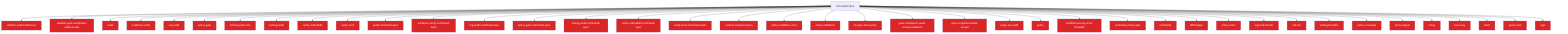
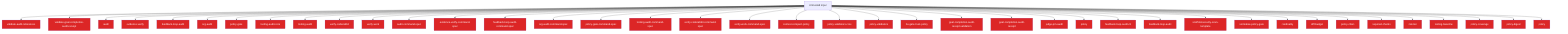
flowchart TD
  Untrusted["Untrusted input"]
  validate_audit_references_811f872a["validate-audit-references"]
  Untrusted --> validate_audit_references_811f872a
  validate_goal_completion_audit_receipt_100d252c["validate-goal-completion-audit-receipt"]
  Untrusted --> validate_goal_completion_audit_receipt_100d252c
  audit_b81f37a0["audit"]
  Untrusted --> audit_b81f37a0
  evidence_verify_3b73c290["evidence-verify"]
  Untrusted --> evidence_verify_3b73c290
+   feedback_loop_audit_0ac0ec9d["feedback-loop-audit"]
+   Untrusted --> feedback_loop_audit_0ac0ec9d
  org_audit_d739e44b["org-audit"]
  Untrusted --> org_audit_d739e44b
  policy_gate_213f7313["policy-gate"]
  Untrusted --> policy_gate_213f7313
  tooling_audit_core_328d6a41["tooling-audit-core"]
  Untrusted --> tooling_audit_core_328d6a41
  tooling_audit_8a8239ff["tooling-audit"]
  Untrusted --> tooling_audit_8a8239ff
  verify_coderabbit_490b4e71["verify-coderabbit"]
  Untrusted --> verify_coderabbit_490b4e71
  verify_work_df70ecac["verify-work"]
  Untrusted --> verify_work_df70ecac
  audit_command_spec_5acf0149["audit-command-spec"]
  Untrusted --> audit_command_spec_5acf0149
  evidence_verify_command_spec_e1cbfea2["evidence-verify-command-spec"]
  Untrusted --> evidence_verify_command_spec_e1cbfea2
+   feedback_loop_audit_command_spec_27e599c4["feedback-loop-audit-command-spec"]
+   Untrusted --> feedback_loop_audit_command_spec_27e599c4
  org_audit_command_spec_1a570341["org-audit-command-spec"]
  Untrusted --> org_audit_command_spec_1a570341
  policy_gate_command_spec_71e8726a["policy-gate-command-spec"]
  Untrusted --> policy_gate_command_spec_71e8726a
  tooling_audit_command_spec_e0e57863["tooling-audit-command-spec"]
  Untrusted --> tooling_audit_command_spec_e0e57863
  verify_coderabbit_command_spec_68cc9ec5["verify-coderabbit-command-spec"]
  Untrusted --> verify_coderabbit_command_spec_68cc9ec5
  verify_work_command_spec_d6c94ac8["verify-work-command-spec"]
  Untrusted --> verify_work_command_spec_d6c94ac8
  context_compact_policy_3dcaf95d["context-compact-policy"]
  Untrusted --> context_compact_policy_3dcaf95d
  policy_validators_core_714a3fe7["policy-validators-core"]
  Untrusted --> policy_validators_core_714a3fe7
  policy_validators_6682e192["policy-validators"]
  Untrusted --> policy_validators_6682e192
  he_gate_trust_policy_b1126dfd["he-gate-trust-policy"]
  Untrusted --> he_gate_trust_policy_b1126dfd
  goal_completion_audit_receipt_validation_9d0f4891["goal-completion-audit-receipt-validation"]
  Untrusted --> goal_completion_audit_receipt_validation_9d0f4891
  goal_completion_audit_receipt_5e4939c3["goal-completion-audit-receipt"]
  Untrusted --> goal_completion_audit_receipt_5e4939c3
  judge_pm_audit_ccd20b35["judge-pm-audit"]
  Untrusted --> judge_pm_audit_ccd20b35
  policy_823412d1["policy"]
  Untrusted --> policy_823412d1
+   feedback_loop_audit_cli_fd8f38dc["feedback-loop-audit-cli"]
+   Untrusted --> feedback_loop_audit_cli_fd8f38dc
+   feedback_loop_audit_1_c7be4304["feedback-loop-audit"]
+   Untrusted --> feedback_loop_audit_1_c7be4304
  scaffold_security_scan_template_55bc7465["scaffold-security-scan-template"]
  Untrusted --> scaffold_security_scan_template_55bc7465
  normalise_policy_gate_90229693["normalise-policy-gate"]
  Untrusted --> normalise_policy_gate_90229693
  cardinality_ebef8aff["cardinality"]
  Untrusted --> cardinality_ebef8aff
  diff_budget_1_9f85eb1c["diff-budget"]
  Untrusted --> diff_budget_1_9f85eb1c
  policy_chain_0c92e343["policy-chain"]
  Untrusted --> policy_chain_0c92e343
  required_checks_46396214["required-checks"]
  Untrusted --> required_checks_46396214
  risk_tier_1_96b6ff91["risk-tier"]
  Untrusted --> risk_tier_1_96b6ff91
  tooling_baseline_50ab2eeb["tooling-baseline"]
  Untrusted --> tooling_baseline_50ab2eeb
  policy_coverage_dab8febe["policy-coverage"]
  Untrusted --> policy_coverage_dab8febe
  policy_digest_ca7acf0a["policy-digest"]
  Untrusted --> policy_digest_ca7acf0a
  policy_1_fc4198db["policy"]
  Untrusted --> policy_1_fc4198db
-   issue_key_305bf3db["issue-key"]
-   Untrusted --> issue_key_305bf3db
-   hash_d04b98f4["hash"]
-   Untrusted --> hash_d04b98f4
-   verify_work_1_cd8e7ec3["verify-work"]
-   Untrusted --> verify_work_1_cd8e7ec3
-   args_1_15220d9b["args"]
-   Untrusted --> args_1_15220d9b
  classDef securityNode fill:#dc2626,color:#fff
-   class validate_audit_references_811f872a,validate_goal_completion_audit_receipt_100d252c,audit_b81f37a0,evidence_verify_3b73c290,org_audit_d739e44b,policy_gate_213f7313,tooling_audit_core_328d6a41,tooling_audit_8a8239ff,verify_coderabbit_490b4e71,verify_work_df70ecac,audit_command_spec_5acf0149,evidence_verify_command_spec_e1cbfea2,org_audit_command_spec_1a570341,policy_gate_command_spec_71e8726a,tooling_audit_command_spec_e0e57863,verify_coderabbit_command_spec_68cc9ec5,verify_work_command_spec_d6c94ac8,context_compact_policy_3dcaf95d,policy_validators_core_714a3fe7,policy_validators_6682e192,he_gate_trust_policy_b1126dfd,goal_completion_audit_receipt_validation_9d0f4891,goal_completion_audit_receipt_5e4939c3,judge_pm_audit_ccd20b35,policy_823412d1,scaffold_security_scan_template_55bc7465,normalise_policy_gate_90229693,cardinality_ebef8aff,diff_budget_1_9f85eb1c,policy_chain_0c92e343,required_checks_46396214,risk_tier_1_96b6ff91,tooling_baseline_50ab2eeb,policy_coverage_dab8febe,policy_digest_ca7acf0a,policy_1_fc4198db,issue_key_305bf3db,hash_d04b98f4,verify_work_1_cd8e7ec3,args_1_15220d9b securityNode
+   class validate_audit_references_811f872a,validate_goal_completion_audit_receipt_100d252c,audit_b81f37a0,evidence_verify_3b73c290,feedback_loop_audit_0ac0ec9d,org_audit_d739e44b,policy_gate_213f7313,tooling_audit_core_328d6a41,tooling_audit_8a8239ff,verify_coderabbit_490b4e71,verify_work_df70ecac,audit_command_spec_5acf0149,evidence_verify_command_spec_e1cbfea2,feedback_loop_audit_command_spec_27e599c4,org_audit_command_spec_1a570341,policy_gate_command_spec_71e8726a,tooling_audit_command_spec_e0e57863,verify_coderabbit_command_spec_68cc9ec5,verify_work_command_spec_d6c94ac8,context_compact_policy_3dcaf95d,policy_validators_core_714a3fe7,policy_validators_6682e192,he_gate_trust_policy_b1126dfd,goal_completion_audit_receipt_validation_9d0f4891,goal_completion_audit_receipt_5e4939c3,judge_pm_audit_ccd20b35,policy_823412d1,feedback_loop_audit_cli_fd8f38dc,feedback_loop_audit_1_c7be4304,scaffold_security_scan_template_55bc7465,normalise_policy_gate_90229693,cardinality_ebef8aff,diff_budget_1_9f85eb1c,policy_chain_0c92e343,required_checks_46396214,risk_tier_1_96b6ff91,tooling_baseline_50ab2eeb,policy_coverage_dab8febe,policy_digest_ca7acf0a,policy_1_fc4198db securityNode
